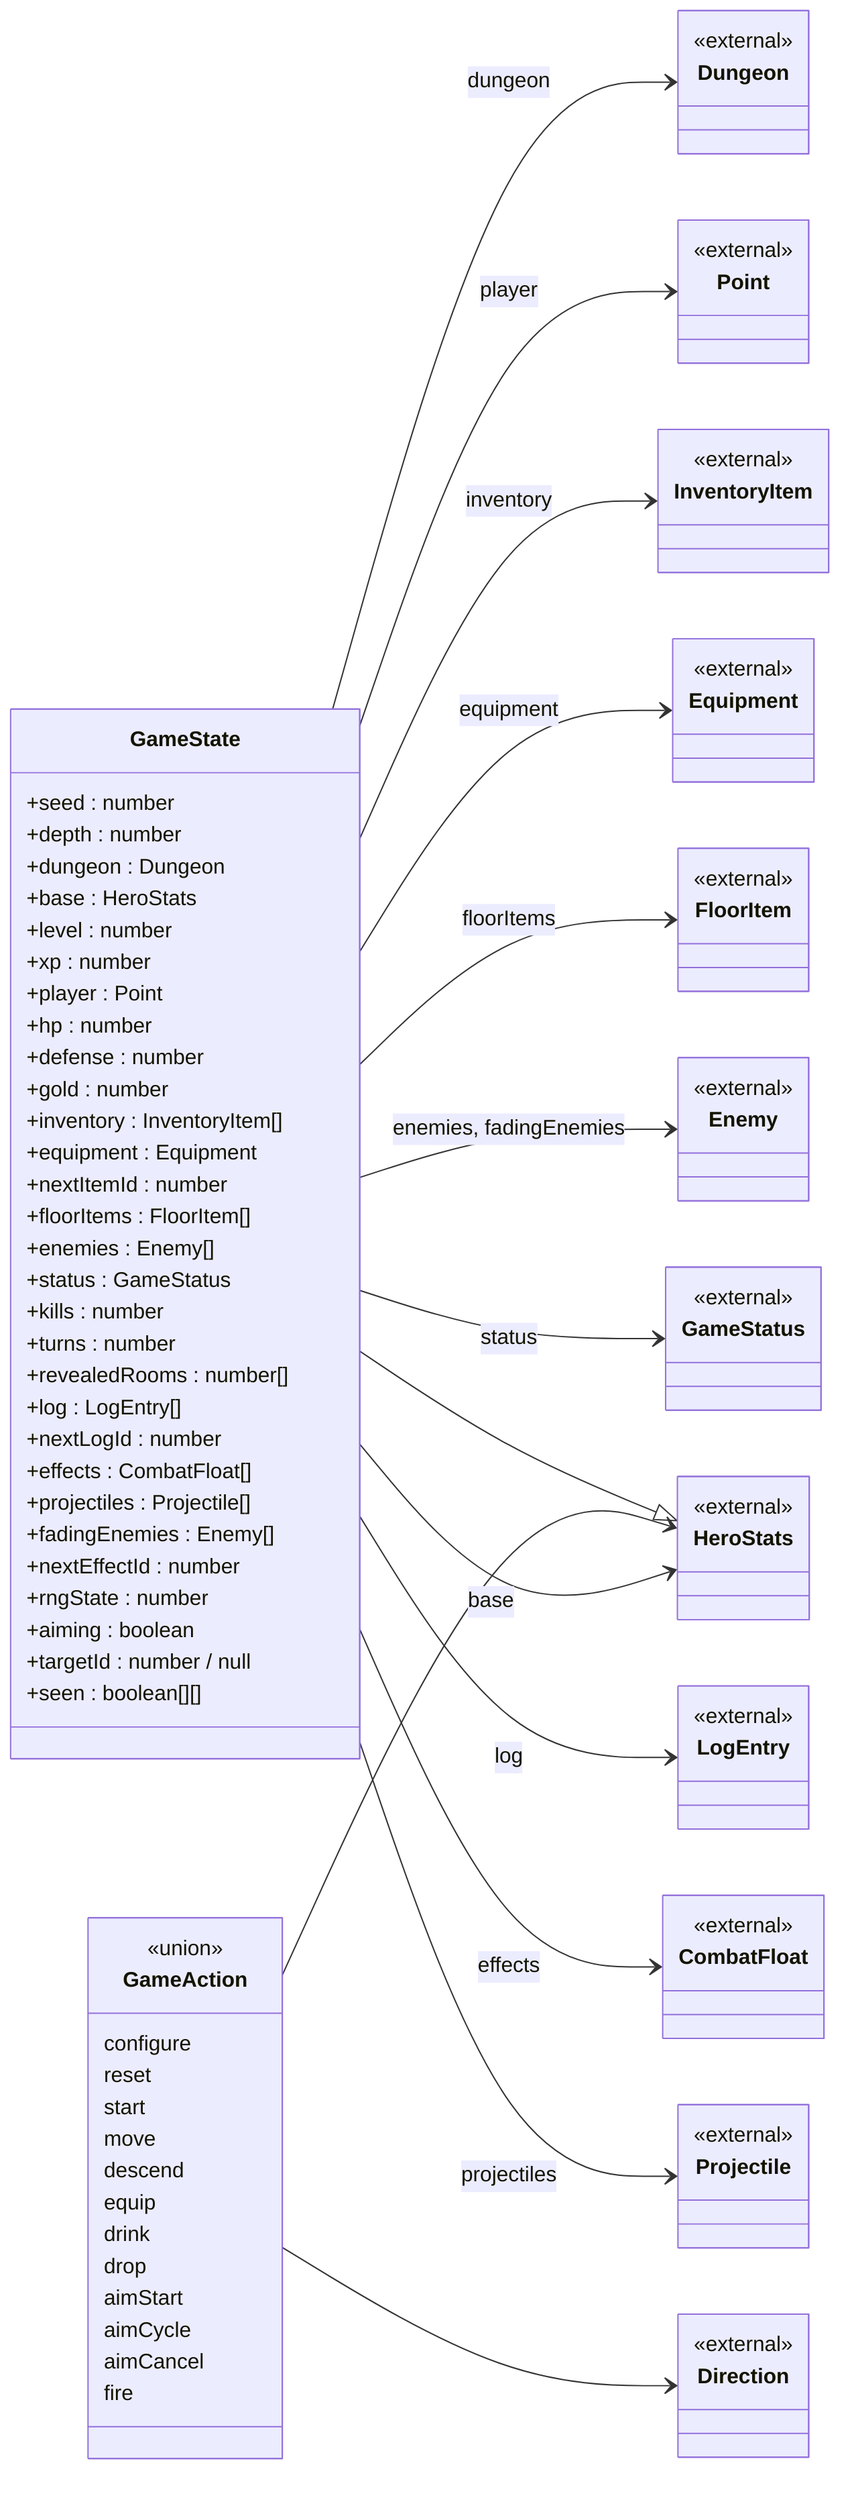
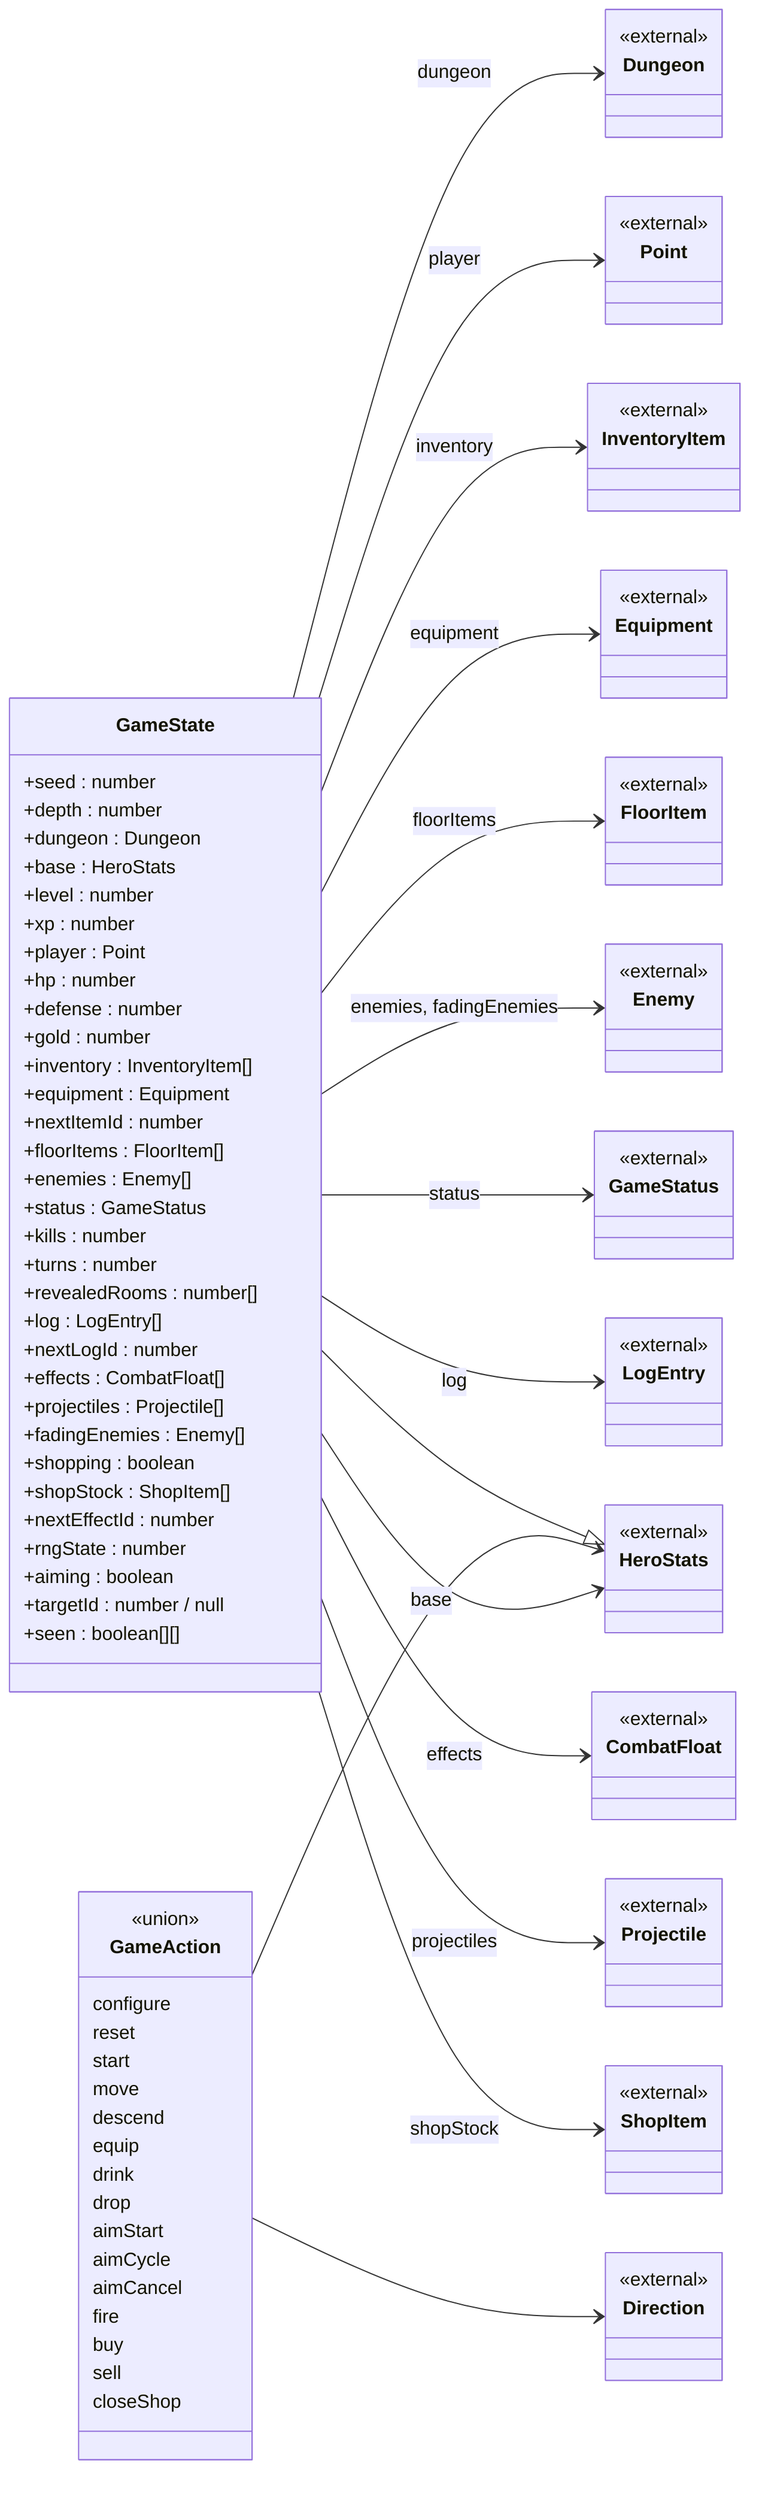
classDiagram
  direction LR
  class GameState {
    +seed : number
    +depth : number
    +dungeon : Dungeon
    +base : HeroStats
    +level : number
    +xp : number
    +player : Point
    +hp : number
    +defense : number
    +gold : number
    +inventory : InventoryItem[]
    +equipment : Equipment
    +nextItemId : number
    +floorItems : FloorItem[]
    +enemies : Enemy[]
    +status : GameStatus
    +kills : number
    +turns : number
    +revealedRooms : number[]
    +log : LogEntry[]
    +nextLogId : number
    +effects : CombatFloat[]
    +projectiles : Projectile[]
    +fadingEnemies : Enemy[]
+     +shopping : boolean
+     +shopStock : ShopItem[]
    +nextEffectId : number
    +rngState : number
    +aiming : boolean
    +targetId : number / null
    +seen : boolean[][]
  }
  class GameAction {
    <<union>>
    configure
    reset
    start
    move
    descend
    equip
    drink
    drop
    aimStart
    aimCycle
    aimCancel
    fire
+     buy
+     sell
+     closeShop
  }
  class HeroStats {
    <<external>>
  }
  class Dungeon {
    <<external>>
  }
  class Point {
    <<external>>
  }
  class InventoryItem {
    <<external>>
  }
  class Equipment {
    <<external>>
  }
  class FloorItem {
    <<external>>
  }
  class Enemy {
    <<external>>
  }
  class GameStatus {
    <<external>>
  }
  class LogEntry {
    <<external>>
  }
  class CombatFloat {
    <<external>>
  }
  class Projectile {
    <<external>>
  }
+   class ShopItem {
+     <<external>>
+   }
  class Direction {
    <<external>>
  }
  HeroStats <|-- GameState
  GameState --> Dungeon : dungeon
  GameState --> HeroStats : base
  GameState --> Point : player
  GameState --> InventoryItem : inventory
  GameState --> Equipment : equipment
  GameState --> FloorItem : floorItems
  GameState --> Enemy : enemies, fadingEnemies
  GameState --> GameStatus : status
  GameState --> LogEntry : log
  GameState --> CombatFloat : effects
  GameState --> Projectile : projectiles
+   GameState --> ShopItem : shopStock
  GameAction --> HeroStats
  GameAction --> Direction
